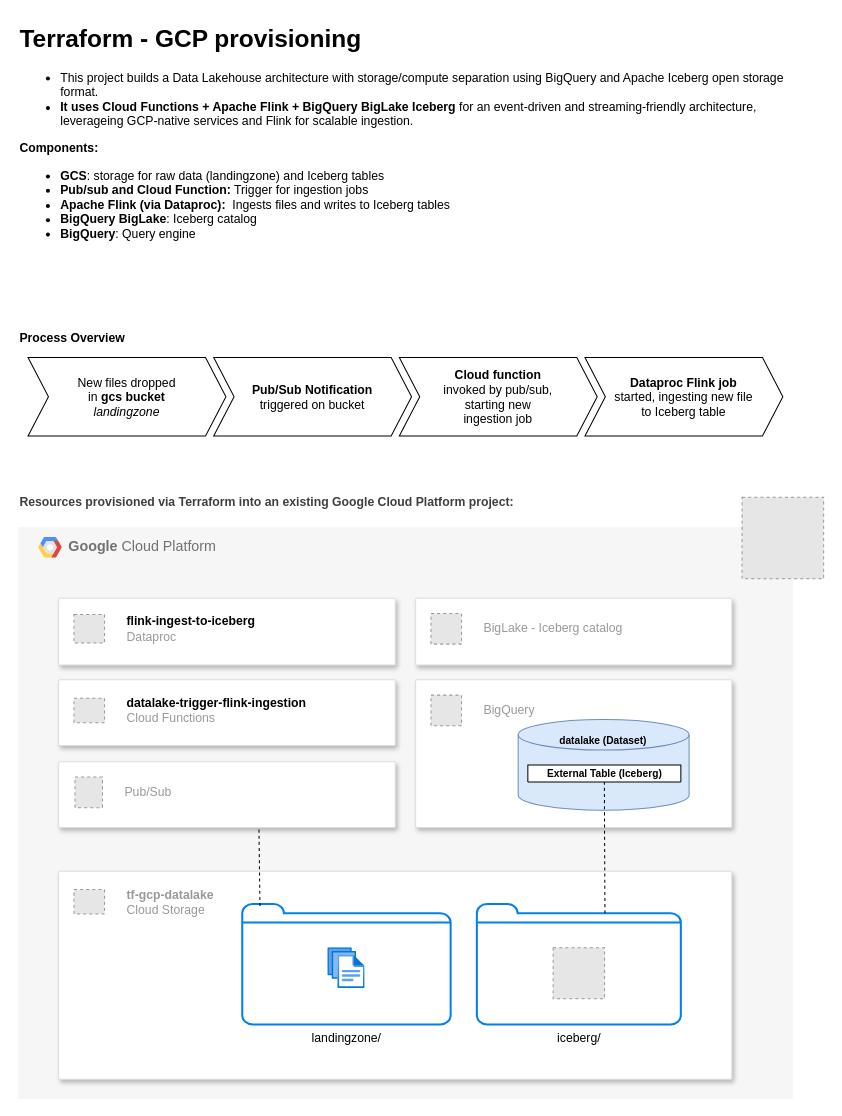
Above: tf-gcp-lakehouse/ARCHITECTURE.drawio in Sennendog/data_tech_stacks (draw.io), before the change. Source tidied: cells renumbered, new cells numbered last; positions are measured from the earlier drawing's top-left corner, leaving out a move shared by most shapes. Both pictures are drawn from the tidied source at 102%, with x=0, y=0 at pixel (17, 17). Pictures stored in the file or linked from it are replaced by grey dashed boxes.
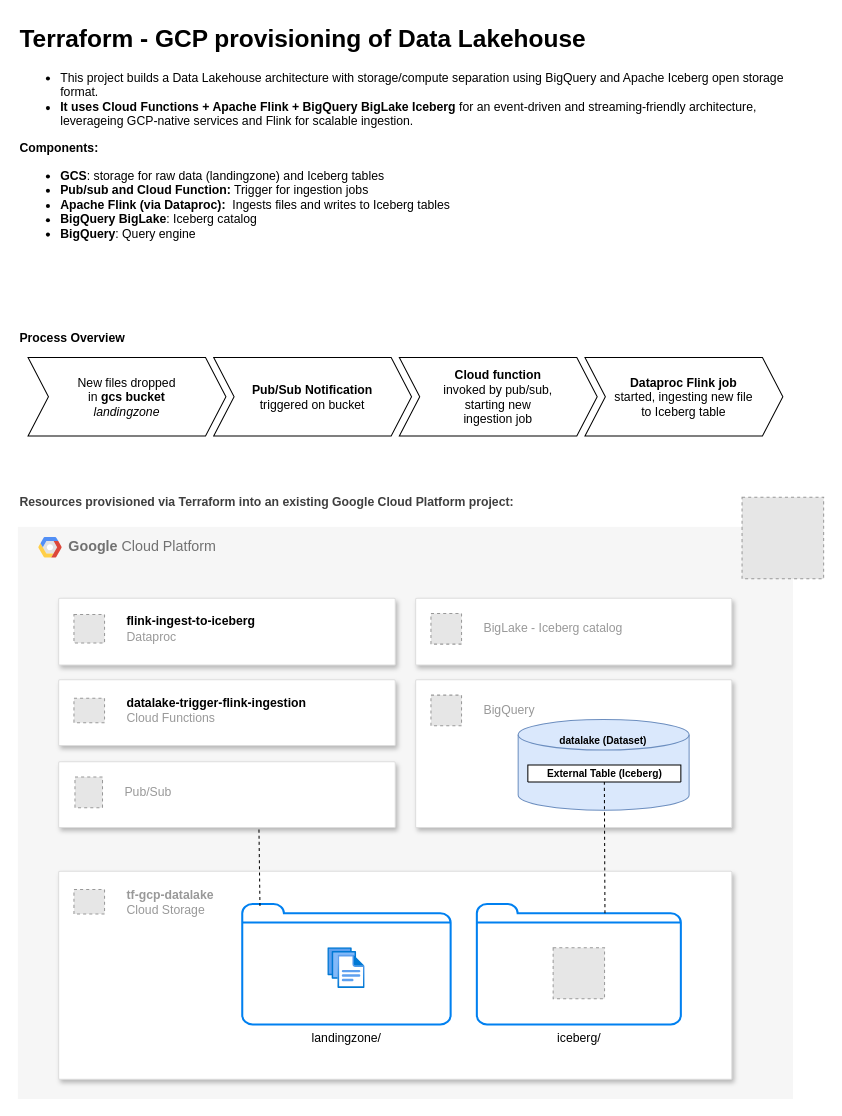
The same diagram, later.

The edit, as a diff of the source:
```diff
@@
-    <mxCell id="25" value="&lt;h1 style=&quot;margin-top: 0px;&quot;&gt;Terraform - GCP provisioning&lt;/h1&gt;&lt;p&gt;&lt;/p&gt;&lt;ul&gt;&lt;li&gt;This project builds a Data Lakehouse architecture with storage/compute separation using BigQuery and Apache Iceberg open storage format.&lt;/li&gt;&lt;li&gt;&lt;b&gt;It uses Cloud Functions + Apache Flink + BigQuery BigLake Iceberg &lt;/b&gt;for an&lt;span style=&quot;background-color: transparent;&quot;&gt;&amp;nbsp;&lt;/span&gt;&lt;span style=&quot;background-color: transparent;&quot;&gt;event-driven&lt;/span&gt;&lt;span style=&quot;background-color: transparent;&quot;&gt; and &lt;/span&gt;&lt;span style=&quot;background-color: transparent;&quot;&gt;streaming-friendly&lt;/span&gt;&lt;span style=&quot;background-color: transparent;&quot;&gt; architecture, leverageing GCP-native services and Flink for scalable ingestion.&lt;/span&gt;&lt;/li&gt;&lt;/ul&gt;&lt;p&gt;&lt;/p&gt;&lt;p&gt;&lt;b&gt;Components:&lt;/b&gt;&lt;/p&gt;&lt;p&gt;&lt;/p&gt;&lt;ul&gt;&lt;li&gt;&lt;b&gt;GCS&lt;/b&gt;: storage for raw data (landingzone) and Iceberg tables&lt;/li&gt;&lt;li&gt;&lt;b&gt;Pub/sub and Cloud Function:&lt;/b&gt; Trigger for ingestion jobs&lt;/li&gt;&lt;li&gt;&lt;b&gt;Apache Flink (via Dataproc):&lt;/b&gt;&amp;nbsp; Ingests files and writes to &lt;span&gt;Iceberg tables&lt;/span&gt;&lt;/li&gt;&lt;li&gt;&lt;span&gt;&lt;b&gt;BigQuery BigLake&lt;/b&gt;: Iceberg catalog&lt;/span&gt;&lt;/li&gt;&lt;li&gt;&lt;span&gt;&lt;b&gt;BigQuery&lt;/b&gt;: Query engine&lt;/span&gt;&lt;/li&gt;&lt;/ul&gt;&lt;p&gt;&lt;/p&gt;&lt;p&gt;&lt;/p&gt;" style="text;html=1;whiteSpace=wrap;overflow=hidden;rounded=0;" parent="1" vertex="1">
+    <mxCell id="25" value="&lt;h1 style=&quot;margin-top: 0px;&quot;&gt;Terraform - GCP provisioning of Data Lakehouse&lt;/h1&gt;&lt;p&gt;&lt;/p&gt;&lt;ul&gt;&lt;li&gt;This project builds a Data Lakehouse architecture with storage/compute separation using BigQuery and Apache Iceberg open storage format.&lt;/li&gt;&lt;li&gt;&lt;b&gt;It uses Cloud Functions + Apache Flink + BigQuery BigLake Iceberg &lt;/b&gt;for an&lt;span style=&quot;background-color: transparent;&quot;&gt;&amp;nbsp;&lt;/span&gt;&lt;span style=&quot;background-color: transparent;&quot;&gt;event-driven&lt;/span&gt;&lt;span style=&quot;background-color: transparent;&quot;&gt; and &lt;/span&gt;&lt;span style=&quot;background-color: transparent;&quot;&gt;streaming-friendly&lt;/span&gt;&lt;span style=&quot;background-color: transparent;&quot;&gt; architecture, leverageing GCP-native services and Flink for scalable ingestion.&lt;/span&gt;&lt;/li&gt;&lt;/ul&gt;&lt;p&gt;&lt;/p&gt;&lt;p&gt;&lt;b&gt;Components:&lt;/b&gt;&lt;/p&gt;&lt;p&gt;&lt;/p&gt;&lt;ul&gt;&lt;li&gt;&lt;b&gt;GCS&lt;/b&gt;: storage for raw data (landingzone) and Iceberg tables&lt;/li&gt;&lt;li&gt;&lt;b&gt;Pub/sub and Cloud Function:&lt;/b&gt; Trigger for ingestion jobs&lt;/li&gt;&lt;li&gt;&lt;b&gt;Apache Flink (via Dataproc):&lt;/b&gt;&amp;nbsp; Ingests files and writes to &lt;span&gt;Iceberg tables&lt;/span&gt;&lt;/li&gt;&lt;li&gt;&lt;span&gt;&lt;b&gt;BigQuery BigLake&lt;/b&gt;: Iceberg catalog&lt;/span&gt;&lt;/li&gt;&lt;li&gt;&lt;span&gt;&lt;b&gt;BigQuery&lt;/b&gt;: Query engine&lt;/span&gt;&lt;/li&gt;&lt;/ul&gt;&lt;p&gt;&lt;/p&gt;&lt;p&gt;&lt;/p&gt;" style="text;html=1;whiteSpace=wrap;overflow=hidden;rounded=0;" parent="1" vertex="1">
       <mxGeometry width="760" height="300" as="geometry" />
     </mxCell>
```
